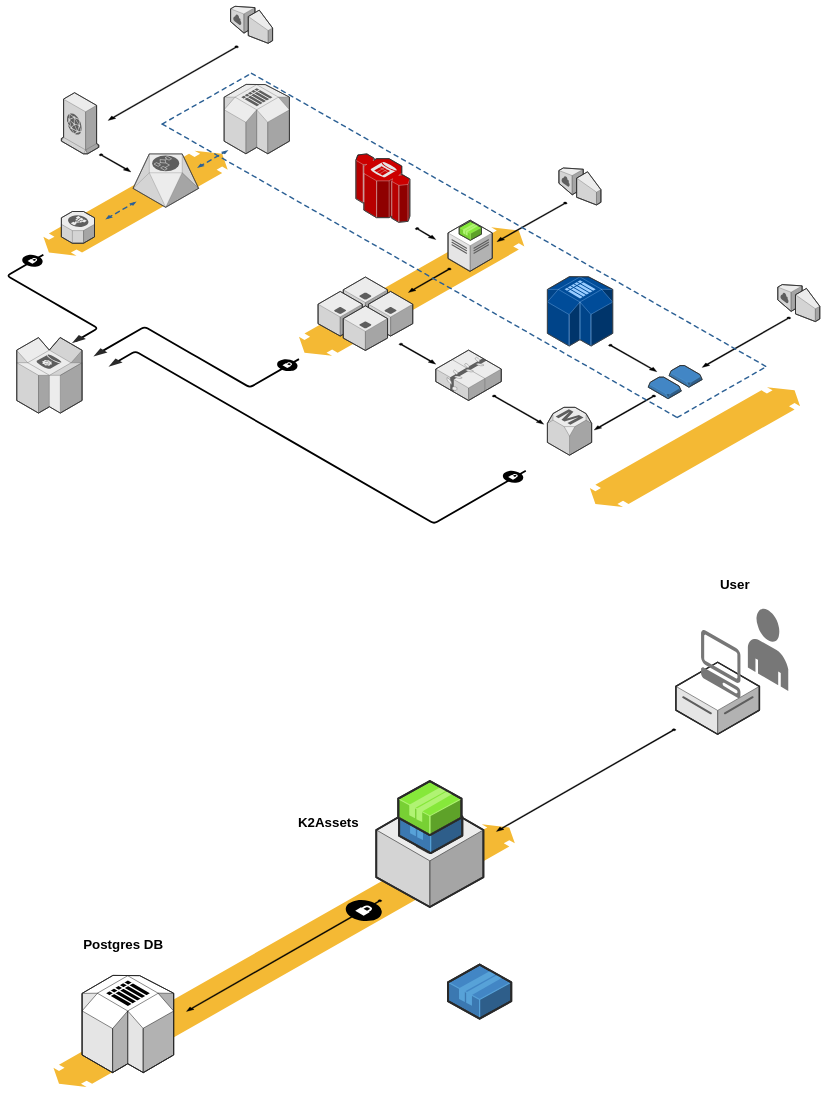
Earlier version of the draw.io diagram Untitled Diagram.drawio (mengyueyue/gauss). Source tidied: cells renumbered, new cells numbered last; positions are measured from the earlier drawing's top-left corner, leaving out a move shared by most shapes. Both pictures are drawn from the tidied source at 36%, with x=0, y=0 at pixel (17, 6).
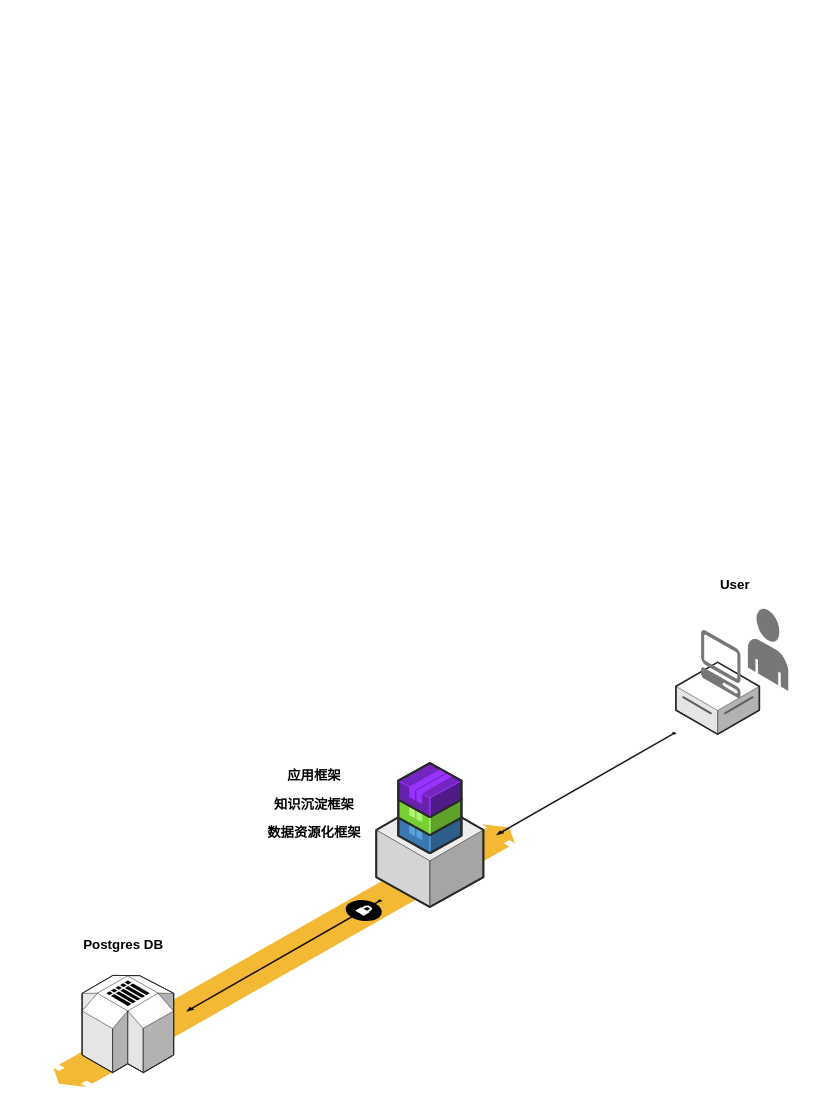
Above is the later version.

Diff of the diagram source:
```diff
@@
-    <mxCell id="3" style="verticalLabelPosition=bottom;html=1;verticalAlign=top;strokeWidth=1;dashed=0;shape=mxgraph.aws3d.flatDoubleEdge;fillColor=#000000;rounded=1;shadow=0;comic=0;fontFamily=Verdana;fontSize=12;flipV=1;" parent="1" vertex="1">
-      <mxGeometry x="1592" y="1058" width="584" height="333" as="geometry" />
-    </mxCell>
-    <mxCell id="4" style="verticalLabelPosition=bottom;html=1;verticalAlign=top;strokeWidth=1;dashed=0;shape=mxgraph.aws3d.flatDoubleEdge;fillColor=#000000;rounded=1;shadow=0;comic=0;fontFamily=Verdana;fontSize=12;flipV=1;" parent="1" vertex="1">
-      <mxGeometry x="784" y="614" width="626" height="357" as="geometry" />
-    </mxCell>
-    <mxCell id="5" style="verticalLabelPosition=bottom;html=1;verticalAlign=top;strokeWidth=1;dashed=0;shape=mxgraph.aws3d.flatDoubleEdge;fillColor=#000000;rounded=1;shadow=0;comic=0;fontFamily=Verdana;fontSize=12;flipV=1;" parent="1" vertex="1">
-      <mxGeometry x="74" y="401" width="512" height="292" as="geometry" />
-    </mxCell>
-    <mxCell id="6" style="edgeStyle=isometricEdgeStyle;endArrow=none;html=1;labelBackgroundColor=none;strokeWidth=5;fontFamily=Verdana;fontSize=12;" parent="1" edge="1">
-      <mxGeometry relative="1" as="geometry">
-        <mxPoint x="164" y="930" as="sourcePoint" />
-        <mxPoint x="74" y="690" as="targetPoint" />
-        <Array as="points">
-          <mxPoint x="114" y="830" />
-        </Array>
-      </mxGeometry>
-    </mxCell>
-    <mxCell id="7" style="verticalLabelPosition=bottom;html=1;verticalAlign=top;strokeWidth=1;dashed=0;shape=mxgraph.aws3d.dynamoDb;fillColor=#ECECEC;strokeColor=#5E5E5E;rounded=1;shadow=0;comic=0;fontSize=12;" parent="1" vertex="1">
-      <mxGeometry y="920" width="181.5" height="210" as="geometry" />
-    </mxCell>
-    <mxCell id="8" style="edgeStyle=isometricEdgeStyle;endArrow=none;html=1;labelBackgroundColor=none;strokeColor=#000000;strokeWidth=5;fontFamily=Verdana;fontSize=12;" parent="1" edge="1">
-      <mxGeometry relative="1" as="geometry">
-        <mxPoint x="234" y="960" as="sourcePoint" />
-        <mxPoint x="784" y="980" as="targetPoint" />
-        <Array as="points">
-          <mxPoint x="494" y="970" />
-        </Array>
-      </mxGeometry>
-    </mxCell>
-    <mxCell id="9" style="verticalLabelPosition=bottom;html=1;verticalAlign=top;strokeWidth=1;dashed=0;shape=mxgraph.aws3d.elasticLoadBalancing;fillColor=#ECECEC;strokeColor=#5E5E5E;rounded=1;shadow=0;comic=0;fontSize=12;" parent="1" vertex="1">
-      <mxGeometry x="124" y="570" width="92" height="88.2" as="geometry" />
-    </mxCell>
-    <mxCell id="10" style="verticalLabelPosition=bottom;html=1;verticalAlign=top;strokeWidth=1;dashed=0;shape=mxgraph.aws3d.workflowService;fillColor=#ECECEC;strokeColor=#5E5E5E;rounded=1;shadow=0;comic=0;fontSize=12;" parent="1" vertex="1">
-      <mxGeometry x="323" y="410" width="182.2" height="148.4" as="geometry" />
-    </mxCell>
-    <mxCell id="11" style="verticalLabelPosition=bottom;html=1;verticalAlign=top;strokeWidth=1;dashed=0;shape=mxgraph.aws3d.cloudfront;fillColor=#ECECEC;strokeColor=#5E5E5E;rounded=1;shadow=0;comic=0;fontSize=12;" parent="1" vertex="1">
-      <mxGeometry x="124" y="240" width="103.8" height="169.8" as="geometry" />
-    </mxCell>
-    <mxCell id="12" style="verticalLabelPosition=bottom;html=1;verticalAlign=top;strokeWidth=1;dashed=0;shape=mxgraph.aws3d.internetGateway;fillColor=#ECECEC;strokeColor=#5E5E5E;rounded=1;shadow=0;comic=0;fontSize=12;flipH=1;flipV=0;" parent="1" vertex="1">
-      <mxGeometry x="594" width="116.7" height="102.8" as="geometry" />
-    </mxCell>
-    <mxCell id="13" style="verticalLabelPosition=bottom;html=1;verticalAlign=top;strokeWidth=1;dashed=0;shape=mxgraph.aws3d.internetGateway;fillColor=#ECECEC;strokeColor=#5E5E5E;rounded=1;shadow=0;comic=0;fontSize=12;flipH=1;flipV=0;" parent="1" vertex="1">
-      <mxGeometry x="1506" y="449" width="116.7" height="102.8" as="geometry" />
-    </mxCell>
-    <mxCell id="14" style="verticalLabelPosition=bottom;html=1;verticalAlign=top;strokeWidth=1;dashed=0;shape=mxgraph.aws3d.internetGateway;fillColor=#ECECEC;strokeColor=#5E5E5E;rounded=1;shadow=0;comic=0;fontSize=12;flipH=1;flipV=0;" parent="1" vertex="1">
-      <mxGeometry x="2114" y="773" width="116.7" height="102.8" as="geometry" />
-    </mxCell>
-    <mxCell id="15" style="verticalLabelPosition=bottom;html=1;verticalAlign=top;strokeWidth=1;dashed=0;shape=mxgraph.aws3d.redshift;fillColor=#CC0000;strokeColor=#E6E6E6;rounded=1;shadow=0;comic=0;fontSize=12;" parent="1" vertex="1">
-      <mxGeometry x="942" y="410" width="150" height="190" as="geometry" />
-    </mxCell>
-    <mxCell id="16" style="verticalLabelPosition=bottom;html=1;verticalAlign=top;strokeWidth=1;dashed=0;shape=mxgraph.aws3d.simpleDb2;fillColor=#ECECEC;strokeColor=#5E5E5E;rounded=1;shadow=0;comic=0;fontSize=12;" parent="1" vertex="1">
-      <mxGeometry x="576" y="217" width="181.5" height="192.6" as="geometry" />
-    </mxCell>
-    <mxCell id="17" style="verticalLabelPosition=bottom;html=1;verticalAlign=top;strokeWidth=1;dashed=0;shape=mxgraph.aws3d.snapshot;fillColor=#4286c5;strokeColor=#57A2D8;rounded=1;shadow=0;comic=0;fontSize=12;" parent="1" vertex="1">
-      <mxGeometry x="1812" y="998" width="92" height="60" as="geometry" />
-    </mxCell>
-    <mxCell id="18" style="verticalLabelPosition=bottom;html=1;verticalAlign=top;strokeWidth=1;dashed=0;shape=mxgraph.aws3d.application_server;fillColor=#ECECEC;strokeColor=#5E5E5E;rounded=1;shadow=0;comic=0;fontSize=12;" parent="1" vertex="1">
-      <mxGeometry x="907" y="752" width="123" height="124" as="geometry" />
-    </mxCell>
-    <mxCell id="19" style="verticalLabelPosition=bottom;html=1;verticalAlign=top;strokeWidth=1;dashed=0;shape=mxgraph.aws3d.application_server;fillColor=#ECECEC;strokeColor=#5E5E5E;rounded=1;shadow=0;comic=0;fontSize=12;" parent="1" vertex="1">
-      <mxGeometry x="837" y="792" width="123" height="124" as="geometry" />
-    </mxCell>
-    <mxCell id="20" style="verticalLabelPosition=bottom;html=1;verticalAlign=top;strokeWidth=1;dashed=0;shape=mxgraph.aws3d.application_server;fillColor=#ECECEC;strokeColor=#5E5E5E;rounded=1;shadow=0;comic=0;fontSize=12;" parent="1" vertex="1">
-      <mxGeometry x="977" y="792" width="123" height="124" as="geometry" />
-    </mxCell>
-    <mxCell id="21" style="verticalLabelPosition=bottom;html=1;verticalAlign=top;strokeWidth=1;dashed=0;shape=mxgraph.aws3d.application_server;fillColor=#ECECEC;strokeColor=#5E5E5E;rounded=1;shadow=0;comic=0;fontSize=12;" parent="1" vertex="1">
-      <mxGeometry x="907" y="832" width="123" height="124" as="geometry" />
-    </mxCell>
-    <mxCell id="22" style="verticalLabelPosition=bottom;html=1;verticalAlign=top;strokeWidth=1;dashed=0;shape=mxgraph.aws3d.elasticBeanstalk;fillColor=#ECECEC;strokeColor=#5E5E5E;rounded=1;shadow=0;comic=0;fontSize=12;" parent="1" vertex="1">
-      <mxGeometry x="1164" y="955" width="182" height="140" as="geometry" />
-    </mxCell>
-    <mxCell id="23" style="verticalLabelPosition=bottom;html=1;verticalAlign=top;strokeWidth=1;dashed=0;shape=mxgraph.aws3d.simpleDb2;fillColor=#004C99;strokeColor=#99CCFF;rounded=1;shadow=0;comic=0;fontSize=12;" parent="1" vertex="1">
-      <mxGeometry x="1474" y="751" width="181.5" height="192.6" as="geometry" />
-    </mxCell>
-    <mxCell id="24" style="verticalLabelPosition=bottom;html=1;verticalAlign=top;strokeWidth=1;dashed=0;shape=mxgraph.aws3d.dataCenter;fillColor=#ffffff;strokeColor=#5E5E5E;rounded=1;shadow=0;comic=0;fontSize=12;" parent="1" vertex="1">
-      <mxGeometry x="1198" y="594" width="123" height="142" as="geometry" />
-    </mxCell>
-    <mxCell id="25" style="verticalLabelPosition=bottom;html=1;verticalAlign=top;strokeWidth=1;dashed=0;shape=mxgraph.aws3d.application2;fillColor=#86E83A;strokeColor=#B0F373;rounded=1;shadow=0;comic=0;fontSize=12;" parent="1" vertex="1">
-      <mxGeometry x="1229" y="597" width="62" height="53" as="geometry" />
-    </mxCell>
-    <mxCell id="26" style="verticalLabelPosition=bottom;html=1;verticalAlign=top;strokeWidth=1;dashed=0;shape=mxgraph.aws3d.arrowhead;rounded=1;shadow=0;comic=0;fillColor=none;fontFamily=Verdana;fontSize=12;fontColor=#000000;flipV=1;" parent="1" vertex="1">
-      <mxGeometry x="153" y="913" width="39" height="23" as="geometry" />
-    </mxCell>
-    <mxCell id="27" style="verticalLabelPosition=bottom;html=1;verticalAlign=top;strokeWidth=1;dashed=0;shape=mxgraph.aws3d.arrowhead;rounded=1;shadow=0;comic=0;fillColor=none;fontFamily=Verdana;fontSize=12;fontColor=#000000;flipV=1;" parent="1" vertex="1">
-      <mxGeometry x="213" y="950" width="39" height="23" as="geometry" />
-    </mxCell>
-    <mxCell id="28" style="verticalLabelPosition=bottom;html=1;verticalAlign=top;strokeWidth=1;dashed=0;shape=mxgraph.aws3d.secureConnection;fillColor=#000000;strokeColor=#ffffff;rounded=1;shadow=0;comic=0;fontSize=12;" parent="1" vertex="1">
-      <mxGeometry x="15" y="690" width="57" height="34" as="geometry" />
-    </mxCell>
-    <mxCell id="29" style="verticalLabelPosition=bottom;html=1;verticalAlign=top;strokeWidth=1;dashed=0;shape=mxgraph.aws3d.dashedEdgeDouble;fillColor=#000000;rounded=1;shadow=0;comic=0;fontFamily=Verdana;fontSize=12;flipV=1;" parent="1" vertex="1">
-      <mxGeometry x="246" y="542" width="87" height="50" as="geometry" />
-    </mxCell>
-    <mxCell id="30" style="verticalLabelPosition=bottom;html=1;verticalAlign=top;strokeWidth=1;dashed=0;shape=mxgraph.aws3d.dashedEdgeDouble;fillColor=#000000;rounded=1;shadow=0;comic=0;fontFamily=Verdana;fontSize=12;flipV=1;" parent="1" vertex="1">
-      <mxGeometry x="501" y="399" width="87" height="50" as="geometry" />
-    </mxCell>
-    <mxCell id="31" style="verticalLabelPosition=bottom;html=1;verticalAlign=top;strokeWidth=1;dashed=0;shape=mxgraph.aws3d.arrowSE;fillColor=#000000;rounded=1;shadow=0;comic=0;fontFamily=Verdana;fontSize=12;" parent="1" vertex="1">
-      <mxGeometry x="229" y="410" width="88" height="50" as="geometry" />
-    </mxCell>
     <mxCell id="32" style="verticalLabelPosition=bottom;html=1;verticalAlign=top;strokeWidth=1;dashed=0;shape=mxgraph.aws3d.arrowSW;fillColor=#000000;rounded=1;shadow=0;comic=0;fontFamily=Verdana;fontSize=12;" parent="1" vertex="1">
-      <mxGeometry x="1332.5" y="2007" width="498.4" height="285" as="geometry" />
+      <mxGeometry x="1332.5" y="2017" width="498.4" height="285" as="geometry" />
     </mxCell>
-    <mxCell id="33" style="verticalLabelPosition=bottom;html=1;verticalAlign=top;strokeWidth=1;dashed=0;shape=mxgraph.aws3d.arrowSE;fillColor=#000000;rounded=1;shadow=0;comic=0;fontFamily=Verdana;fontSize=12;" parent="1" vertex="1">
-      <mxGeometry x="1107" y="615" width="57" height="33" as="geometry" />
-    </mxCell>
-    <mxCell id="34" style="verticalLabelPosition=bottom;html=1;verticalAlign=top;strokeWidth=1;dashed=0;shape=mxgraph.aws3d.arrowSW;fillColor=#000000;rounded=1;shadow=0;comic=0;fontFamily=Verdana;fontSize=12;" parent="1" vertex="1">
-      <mxGeometry x="1334" y="544" width="195" height="110" as="geometry" />
-    </mxCell>
-    <mxCell id="35" style="verticalLabelPosition=bottom;html=1;verticalAlign=top;strokeWidth=1;dashed=0;shape=mxgraph.aws3d.arrowSW;fillColor=#000000;rounded=1;shadow=0;comic=0;fontFamily=Verdana;fontSize=12;" parent="1" vertex="1">
-      <mxGeometry x="1088" y="727" width="119" height="68" as="geometry" />
-    </mxCell>
-    <mxCell id="36" style="verticalLabelPosition=bottom;html=1;verticalAlign=top;strokeWidth=1;dashed=0;shape=mxgraph.aws3d.arrowSE;fillColor=#000000;rounded=1;shadow=0;comic=0;fontFamily=Verdana;fontSize=12;" parent="1" vertex="1">
-      <mxGeometry x="1062" y="936" width="102" height="58" as="geometry" />
-    </mxCell>
-    <mxCell id="37" style="verticalLabelPosition=bottom;html=1;verticalAlign=top;strokeWidth=1;dashed=0;shape=mxgraph.aws3d.arrowSE;fillColor=#000000;rounded=1;shadow=0;comic=0;fontFamily=Verdana;fontSize=12;" parent="1" vertex="1">
-      <mxGeometry x="1321" y="1080" width="143" height="81" as="geometry" />
-    </mxCell>
-    <mxCell id="38" style="verticalLabelPosition=bottom;html=1;verticalAlign=top;strokeWidth=1;dashed=0;shape=mxgraph.aws3d.snapshot;fillColor=#4286c5;strokeColor=#57A2D8;rounded=1;shadow=0;comic=0;fontFamily=Verdana;fontSize=12;" parent="1" vertex="1">
-      <mxGeometry x="1754" y="1030" width="92" height="60" as="geometry" />
-    </mxCell>
-    <mxCell id="39" style="verticalLabelPosition=bottom;html=1;verticalAlign=top;strokeWidth=1;dashed=0;shape=mxgraph.aws3d.rdsMaster;fillColor=#ECECEC;strokeColor=#5E5E5E;rounded=1;shadow=0;comic=0;fontFamily=Verdana;fontSize=12;" parent="1" vertex="1">
-      <mxGeometry x="1474" y="1114" width="123" height="133" as="geometry" />
-    </mxCell>
-    <mxCell id="40" style="verticalLabelPosition=bottom;html=1;verticalAlign=top;strokeWidth=1;dashed=0;shape=mxgraph.aws3d.arrowSW;fillColor=#000000;rounded=1;shadow=0;comic=0;fontFamily=Verdana;fontSize=12;" parent="1" vertex="1">
-      <mxGeometry x="1604" y="1080" width="171" height="97" as="geometry" />
-    </mxCell>
-    <mxCell id="41" style="verticalLabelPosition=bottom;html=1;verticalAlign=top;strokeWidth=1;dashed=0;shape=mxgraph.aws3d.arrowSE;fillColor=#000000;rounded=1;shadow=0;comic=0;fontFamily=Verdana;fontSize=12;" parent="1" vertex="1">
-      <mxGeometry x="1644" y="939" width="134" height="76" as="geometry" />
-    </mxCell>
-    <mxCell id="42" style="verticalLabelPosition=bottom;html=1;verticalAlign=top;strokeWidth=1;dashed=0;shape=mxgraph.aws3d.arrowSW;fillColor=#000000;rounded=1;shadow=0;comic=0;fontFamily=Verdana;fontSize=12;" parent="1" vertex="1">
-      <mxGeometry x="1904" y="863" width="246" height="140" as="geometry" />
-    </mxCell>
-    <mxCell id="43" style="verticalLabelPosition=bottom;html=1;verticalAlign=top;strokeWidth=1;dashed=0;shape=mxgraph.aws3d.dashedArrowlessEdge;rounded=1;shadow=0;comic=0;fontFamily=Verdana;fontSize=12;" parent="1" vertex="1">
-      <mxGeometry x="652" y="186" width="1432" height="816" as="geometry" />
-    </mxCell>
-    <mxCell id="44" style="verticalLabelPosition=bottom;html=1;verticalAlign=top;strokeWidth=1;dashed=0;shape=mxgraph.aws3d.dashedArrowlessEdge;rounded=1;shadow=0;comic=0;fontFamily=Verdana;fontSize=12;" parent="1" vertex="1">
-      <mxGeometry x="404" y="327" width="1432" height="816" as="geometry" />
-    </mxCell>
-    <mxCell id="45" style="verticalLabelPosition=bottom;html=1;verticalAlign=top;strokeWidth=1;dashed=0;shape=mxgraph.aws3d.dashedArrowlessEdge;fillColor=#000000;rounded=1;shadow=0;comic=0;fontFamily=Verdana;fontSize=12;fontColor=#000000;flipV=1;" parent="1" vertex="1">
-      <mxGeometry x="404" y="186" width="248" height="141" as="geometry" />
-    </mxCell>
-    <mxCell id="46" style="verticalLabelPosition=bottom;html=1;verticalAlign=top;strokeWidth=1;dashed=0;shape=mxgraph.aws3d.dashedArrowlessEdge;rounded=1;shadow=0;comic=0;fontFamily=Verdana;fontSize=12;flipV=1;" parent="1" vertex="1">
-      <mxGeometry x="1835" y="1000" width="249" height="142" as="geometry" />
-    </mxCell>
-    <mxCell id="47" style="verticalLabelPosition=bottom;html=1;verticalAlign=top;strokeWidth=1;dashed=0;shape=mxgraph.aws3d.secureConnection;fillColor=#000000;strokeColor=#ffffff;rounded=1;shadow=0;comic=0;fontSize=12;" parent="1" vertex="1">
-      <mxGeometry x="723" y="980" width="57" height="34" as="geometry" />
-    </mxCell>
-    <mxCell id="48" style="edgeStyle=isometricEdgeStyle;endArrow=none;html=1;labelBackgroundColor=none;strokeWidth=5;fontFamily=Verdana;fontSize=12;" parent="1" edge="1">
-      <mxGeometry relative="1" as="geometry">
-        <mxPoint x="274" y="990" as="sourcePoint" />
-        <mxPoint x="1414" y="1290" as="targetPoint" />
-        <Array as="points">
-          <mxPoint x="714" y="1180" />
-        </Array>
-      </mxGeometry>
-    </mxCell>
-    <mxCell id="49" style="verticalLabelPosition=bottom;html=1;verticalAlign=top;strokeWidth=1;dashed=0;shape=mxgraph.aws3d.arrowhead;rounded=1;shadow=0;comic=0;fillColor=none;fontFamily=Verdana;fontSize=12;fontColor=#000000;flipV=1;" parent="1" vertex="1">
-      <mxGeometry x="255" y="978" width="39" height="23" as="geometry" />
-    </mxCell>
-    <mxCell id="50" style="verticalLabelPosition=bottom;html=1;verticalAlign=top;strokeWidth=1;dashed=0;shape=mxgraph.aws3d.secureConnection;fillColor=#000000;strokeColor=#ffffff;rounded=1;shadow=0;comic=0;fontSize=12;" parent="1" vertex="1">
-      <mxGeometry x="1350" y="1290" width="57" height="34" as="geometry" />
-    </mxCell>
@@
-    <mxCell id="53" style="verticalLabelPosition=bottom;html=1;verticalAlign=top;strokeWidth=1;dashed=0;shape=mxgraph.aws3d.arrowSW;fillColor=#000000;rounded=1;shadow=0;comic=0;fontFamily=Verdana;fontSize=12;" parent="1" vertex="1">
-      <mxGeometry x="254" y="110" width="362" height="207" as="geometry" />
-    </mxCell>
@@
-    <mxCell id="59" value="&lt;span style=&quot;font-size: 37px&quot;&gt;&lt;b&gt;K2Assets&lt;/b&gt;&lt;/span&gt;" style="text;html=1;strokeColor=none;fillColor=none;align=center;verticalAlign=middle;whiteSpace=wrap;rounded=0;shadow=0;" parent="1" vertex="1">
-      <mxGeometry x="702" y="2212" width="328" height="110" as="geometry" />
+    <mxCell id="59" value="&lt;span style=&quot;font-size: 37px&quot;&gt;&lt;b&gt;数据资源化框架&lt;/b&gt;&lt;/span&gt;" style="text;html=1;strokeColor=none;fillColor=none;align=center;verticalAlign=middle;whiteSpace=wrap;rounded=0;shadow=0;" parent="1" vertex="1">
+      <mxGeometry x="662" y="2242" width="328" height="110" as="geometry" />
     </mxCell>
@@
     <mxCell id="62" style="verticalLabelPosition=bottom;html=1;verticalAlign=top;strokeWidth=1;align=center;dashed=0;shape=mxgraph.aws3d.application2;fillColor=#4286C5;strokeColor=#57A2D8;" parent="1" vertex="1">
-      <mxGeometry x="1062" y="2202" width="175.5" height="150" as="geometry" />
+      <mxGeometry x="1059.8" y="2202" width="175.5" height="150" as="geometry" />
     </mxCell>
@@
-    <mxCell id="64" style="verticalLabelPosition=bottom;html=1;verticalAlign=top;strokeWidth=1;align=center;dashed=0;shape=mxgraph.aws3d.application2;fillColor=#4286C5;strokeColor=#57A2D8;" parent="1" vertex="1">
-      <mxGeometry x="1198" y="2662" width="175.5" height="150" as="geometry" />
+    <mxCell id="64" style="verticalLabelPosition=bottom;html=1;verticalAlign=top;strokeWidth=1;align=center;dashed=0;shape=mxgraph.aws3d.application2;fontColor=#000000;fillColor=#7226BF;strokeColor=#9833FF;" parent="1" vertex="1">
+      <mxGeometry x="1059.8" y="2102" width="175.5" height="150" as="geometry" />
     </mxCell>
+    <mxCell id="65" value="&lt;span style=&quot;font-size: 37px&quot;&gt;&lt;b&gt;知识沉淀框架&lt;/b&gt;&lt;/span&gt;" style="text;html=1;strokeColor=none;fillColor=none;align=center;verticalAlign=middle;whiteSpace=wrap;rounded=0;shadow=0;" parent="1" vertex="1">
+      <mxGeometry x="662" y="2162" width="328" height="110" as="geometry" />
+    </mxCell>
+    <mxCell id="66" value="&lt;span style=&quot;font-size: 37px&quot;&gt;&lt;b&gt;应用框架&lt;/b&gt;&lt;/span&gt;" style="text;html=1;strokeColor=none;fillColor=none;align=center;verticalAlign=middle;whiteSpace=wrap;rounded=0;shadow=0;" parent="1" vertex="1">
+      <mxGeometry x="662" y="2082" width="328" height="110" as="geometry" />
+    </mxCell>
```
